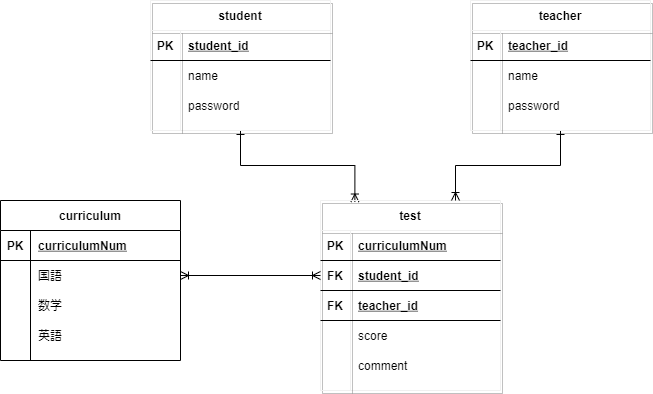
Before: index.drawio.png, a diagram exported from draw.io (hayashi-syake/20210512_hayashi). Source tidied: cells renumbered, new cells last; positions are measured from the earlier drawing's top-left corner, leaving out a move shared by most shapes.
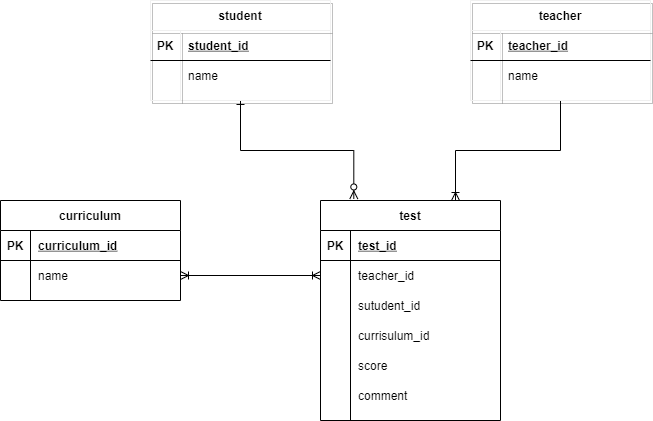
Later version of the same file.

What changed in the source:
```diff
@@ -17,11 +17,11 @@
         <mxPoint x="400" y="195" as="sourcePoint" />
       </mxGeometry>
     </mxCell>
-    <mxCell id="5" style="edgeStyle=orthogonalEdgeStyle;rounded=0;jettySize=auto;html=1;entryX=0.191;entryY=0.008;entryDx=0;entryDy=0;entryPerimeter=0;startArrow=ERone;startFill=0;endArrow=ERoneToMany;endFill=0;" parent="1" edge="1" source="6" target="29">
+    <mxCell id="5" style="edgeStyle=orthogonalEdgeStyle;rounded=0;jettySize=auto;html=1;entryX=0.185;entryY=-0.007;entryDx=0;entryDy=0;entryPerimeter=0;startArrow=ERone;startFill=0;endArrow=ERzeroToMany;endFill=1;" parent="1" edge="1" source="6" target="29">
       <mxGeometry relative="1" as="geometry" />
     </mxCell>
     <mxCell id="6" value="student" style="shape=table;startSize=30;rowLines=0;fontStyle=1;align=center;shadow=1;strokeColor=#f0f0f0;fillColor=none;" parent="1" vertex="1">
-      <mxGeometry x="150" width="180" height="130" as="geometry" />
+      <mxGeometry x="150" width="180" height="100" as="geometry" />
     </mxCell>
     <mxCell id="7" style="shape=partialRectangle;fillColor=none;top=0;left=0;bottom=1;right=0;" parent="6" vertex="1">
       <mxGeometry y="30" width="180" height="30" as="geometry" />
@@ -41,17 +41,8 @@
     <mxCell id="12" value="name" style="shape=partialRectangle;fillColor=none;top=0;left=0;bottom=0;right=0;align=left;spacingLeft=6;overflow=hidden;" parent="10" vertex="1">
       <mxGeometry x="30" width="150" height="30" as="geometry" />
     </mxCell>
-    <mxCell id="13" style="shape=partialRectangle;fillColor=none;top=0;left=0;bottom=0;right=0;" parent="6" vertex="1">
-      <mxGeometry y="90" width="180" height="30" as="geometry" />
-    </mxCell>
-    <mxCell id="14" style="shape=partialRectangle;fillColor=none;top=0;left=0;bottom=0;right=0;overflow=hidden;" parent="13" vertex="1">
-      <mxGeometry width="30" height="30" as="geometry" />
-    </mxCell>
-    <mxCell id="15" value="password" style="shape=partialRectangle;fillColor=none;top=0;left=0;bottom=0;right=0;align=left;spacingLeft=6;overflow=hidden;" parent="13" vertex="1">
-      <mxGeometry x="30" width="150" height="30" as="geometry" />
-    </mxCell>
     <mxCell id="16" value="curriculum" style="shape=table;startSize=30;rowLines=0;fontStyle=1;align=center;" parent="1" vertex="1">
-      <mxGeometry y="200" width="180" height="160" as="geometry" />
+      <mxGeometry y="200" width="180" height="100" as="geometry" />
     </mxCell>
     <mxCell id="17" style="shape=partialRectangle;fillColor=none;top=0;left=0;bottom=1;right=0;" parent="16" vertex="1">
       <mxGeometry y="30" width="180" height="30" as="geometry" />
@@ -59,7 +50,7 @@
     <mxCell id="18" value="PK" style="shape=partialRectangle;fillColor=none;top=0;left=0;bottom=0;right=0;fontStyle=1;overflow=hidden;" parent="17" vertex="1">
       <mxGeometry width="30" height="30" as="geometry" />
     </mxCell>
-    <mxCell id="19" value="curriculumNum" style="shape=partialRectangle;fillColor=none;top=0;left=0;bottom=0;right=0;align=left;spacingLeft=6;fontStyle=5;overflow=hidden;" parent="17" vertex="1">
+    <mxCell id="19" value="curriculum_id" style="shape=partialRectangle;fillColor=none;top=0;left=0;bottom=0;right=0;align=left;spacingLeft=6;fontStyle=5;overflow=hidden;" parent="17" vertex="1">
       <mxGeometry x="30" width="150" height="30" as="geometry" />
     </mxCell>
     <mxCell id="20" style="shape=partialRectangle;fillColor=none;top=0;left=0;bottom=0;right=0;points=[[0,0.5],[1,0.5]];portConstraint=eastwest;" parent="16" vertex="1">
@@ -68,80 +59,14 @@
     <mxCell id="21" style="shape=partialRectangle;fillColor=none;top=0;left=0;bottom=0;right=0;overflow=hidden;" parent="20" vertex="1">
       <mxGeometry width="30" height="30" as="geometry" />
     </mxCell>
-    <mxCell id="22" value="国語" style="shape=partialRectangle;fillColor=none;top=0;left=0;bottom=0;right=0;align=left;spacingLeft=6;overflow=hidden;" parent="20" vertex="1">
+    <mxCell id="22" value="name" style="shape=partialRectangle;fillColor=none;top=0;left=0;bottom=0;right=0;align=left;spacingLeft=6;overflow=hidden;" parent="20" vertex="1">
       <mxGeometry x="30" width="150" height="30" as="geometry" />
     </mxCell>
-    <mxCell id="23" style="shape=partialRectangle;fillColor=none;top=0;left=0;bottom=0;right=0;" parent="16" vertex="1">
-      <mxGeometry y="90" width="180" height="30" as="geometry" />
-    </mxCell>
-    <mxCell id="24" style="shape=partialRectangle;fillColor=none;top=0;left=0;bottom=0;right=0;overflow=hidden;" parent="23" vertex="1">
-      <mxGeometry width="30" height="30" as="geometry" />
-    </mxCell>
-    <mxCell id="25" value="数学" style="shape=partialRectangle;fillColor=none;top=0;left=0;bottom=0;right=0;align=left;spacingLeft=6;overflow=hidden;" parent="23" vertex="1">
-      <mxGeometry x="30" width="150" height="30" as="geometry" />
-    </mxCell>
-    <mxCell id="26" style="shape=partialRectangle;fillColor=none;top=0;left=0;bottom=0;right=0;" parent="16" vertex="1">
-      <mxGeometry y="120" width="180" height="30" as="geometry" />
-    </mxCell>
-    <mxCell id="27" style="shape=partialRectangle;fillColor=none;top=0;left=0;bottom=0;right=0;overflow=hidden;" parent="26" vertex="1">
-      <mxGeometry width="30" height="30" as="geometry" />
-    </mxCell>
-    <mxCell id="28" value="英語" style="shape=partialRectangle;fillColor=none;top=0;left=0;bottom=0;right=0;align=left;spacingLeft=6;overflow=hidden;" parent="26" vertex="1">
-      <mxGeometry x="30" width="150" height="30" as="geometry" />
-    </mxCell>
-    <mxCell id="29" value="test" style="shape=table;startSize=30;rowLines=0;fontStyle=1;align=center;shadow=1;strokeColor=#f0f0f0;fillColor=none;" parent="1" vertex="1">
-      <mxGeometry x="320" y="200" width="180" height="190" as="geometry" />
-    </mxCell>
-    <mxCell id="30" style="shape=partialRectangle;fillColor=none;top=0;left=0;bottom=1;right=0;" parent="29" vertex="1">
-      <mxGeometry y="30" width="180" height="30" as="geometry" />
-    </mxCell>
-    <mxCell id="31" value="PK" style="shape=partialRectangle;fillColor=none;top=0;left=0;bottom=0;right=0;fontStyle=1;overflow=hidden;" parent="30" vertex="1">
-      <mxGeometry width="30" height="30" as="geometry" />
-    </mxCell>
-    <mxCell id="32" value="curriculumNum" style="shape=partialRectangle;fillColor=none;top=0;left=0;bottom=0;right=0;align=left;spacingLeft=6;fontStyle=5;overflow=hidden;" parent="30" vertex="1">
-      <mxGeometry x="30" width="150" height="30" as="geometry" />
-    </mxCell>
-    <mxCell id="33" style="shape=partialRectangle;fillColor=none;top=0;left=0;bottom=1;right=0;points=[[0,0.5],[1,0.5]];portConstraint=eastwest;" parent="29" vertex="1">
-      <mxGeometry y="60" width="180" height="30" as="geometry" />
-    </mxCell>
-    <mxCell id="34" value="FK" style="shape=partialRectangle;fillColor=none;top=0;left=0;bottom=0;right=0;fontStyle=1;overflow=hidden;" parent="33" vertex="1">
-      <mxGeometry width="30" height="30" as="geometry" />
-    </mxCell>
-    <mxCell id="35" value="student_id" style="shape=partialRectangle;fillColor=none;top=0;left=0;bottom=0;right=0;align=left;spacingLeft=6;fontStyle=5;overflow=hidden;" parent="33" vertex="1">
-      <mxGeometry x="30" width="150" height="30" as="geometry" />
-    </mxCell>
-    <mxCell id="36" style="shape=partialRectangle;fillColor=none;top=0;left=0;bottom=1;right=0;" parent="29" vertex="1">
-      <mxGeometry y="90" width="180" height="30" as="geometry" />
-    </mxCell>
-    <mxCell id="37" value="FK" style="shape=partialRectangle;fillColor=none;top=0;left=0;bottom=0;right=0;fontStyle=1;overflow=hidden;" parent="36" vertex="1">
-      <mxGeometry width="30" height="30" as="geometry" />
-    </mxCell>
-    <mxCell id="38" value="teacher_id" style="shape=partialRectangle;fillColor=none;top=0;left=0;bottom=0;right=0;align=left;spacingLeft=6;fontStyle=5;overflow=hidden;" parent="36" vertex="1">
-      <mxGeometry x="30" width="150" height="30" as="geometry" />
-    </mxCell>
-    <mxCell id="39" style="shape=partialRectangle;fillColor=none;top=0;left=0;bottom=0;right=0;" parent="29" vertex="1">
-      <mxGeometry y="120" width="180" height="30" as="geometry" />
-    </mxCell>
-    <mxCell id="40" style="shape=partialRectangle;fillColor=none;top=0;left=0;bottom=0;right=0;overflow=hidden;" parent="39" vertex="1">
-      <mxGeometry width="30" height="30" as="geometry" />
-    </mxCell>
-    <mxCell id="41" value="score" style="shape=partialRectangle;fillColor=none;top=0;left=0;bottom=0;right=0;align=left;spacingLeft=6;overflow=hidden;" parent="39" vertex="1">
-      <mxGeometry x="30" width="150" height="30" as="geometry" />
-    </mxCell>
-    <mxCell id="42" style="shape=partialRectangle;fillColor=none;top=0;left=0;bottom=0;right=0;" parent="29" vertex="1">
-      <mxGeometry y="150" width="180" height="30" as="geometry" />
-    </mxCell>
-    <mxCell id="43" style="shape=partialRectangle;fillColor=none;top=0;left=0;bottom=0;right=0;overflow=hidden;" parent="42" vertex="1">
-      <mxGeometry width="30" height="30" as="geometry" />
-    </mxCell>
-    <mxCell id="44" value="comment" style="shape=partialRectangle;fillColor=none;top=0;left=0;bottom=0;right=0;align=left;spacingLeft=6;overflow=hidden;" parent="42" vertex="1">
-      <mxGeometry x="30" width="150" height="30" as="geometry" />
-    </mxCell>
-    <mxCell id="45" style="edgeStyle=orthogonalEdgeStyle;rounded=0;jettySize=auto;html=1;entryX=0.75;entryY=0;entryDx=0;entryDy=0;startArrow=ERone;startFill=0;endArrow=ERoneToMany;endFill=0;" parent="1" edge="1" source="46" target="29">
+    <mxCell id="45" style="edgeStyle=orthogonalEdgeStyle;rounded=0;jettySize=auto;html=1;entryX=0.75;entryY=0;entryDx=0;entryDy=0;endArrow=ERoneToMany;endFill=0;" parent="1" edge="1" source="46" target="29">
       <mxGeometry relative="1" as="geometry" />
     </mxCell>
     <mxCell id="46" value="teacher" style="shape=table;startSize=30;rowLines=0;fontStyle=1;align=center;shadow=1;strokeColor=#f0f0f0;fillColor=none;" parent="1" vertex="1">
-      <mxGeometry x="470" width="180" height="130" as="geometry" />
+      <mxGeometry x="470" width="180" height="100" as="geometry" />
     </mxCell>
     <mxCell id="47" style="shape=partialRectangle;fillColor=none;top=0;left=0;bottom=1;right=0;" parent="46" vertex="1">
       <mxGeometry y="30" width="180" height="30" as="geometry" />
@@ -161,17 +86,67 @@
     <mxCell id="52" value="name" style="shape=partialRectangle;fillColor=none;top=0;left=0;bottom=0;right=0;align=left;spacingLeft=6;overflow=hidden;" parent="50" vertex="1">
       <mxGeometry x="30" width="150" height="30" as="geometry" />
     </mxCell>
-    <mxCell id="53" style="shape=partialRectangle;fillColor=none;top=0;left=0;bottom=0;right=0;" parent="46" vertex="1">
-      <mxGeometry y="90" width="180" height="30" as="geometry" />
-    </mxCell>
-    <mxCell id="54" style="shape=partialRectangle;fillColor=none;top=0;left=0;bottom=0;right=0;overflow=hidden;" parent="53" vertex="1">
-      <mxGeometry width="30" height="30" as="geometry" />
-    </mxCell>
-    <mxCell id="55" value="password" style="shape=partialRectangle;fillColor=none;top=0;left=0;bottom=0;right=0;align=left;spacingLeft=6;overflow=hidden;" parent="53" vertex="1">
-      <mxGeometry x="30" width="150" height="30" as="geometry" />
-    </mxCell>
-    <mxCell id="56" style="edgeStyle=orthogonalEdgeStyle;rounded=0;jettySize=auto;html=1;entryX=0;entryY=0.5;entryDx=0;entryDy=0;startArrow=ERoneToMany;startFill=0;endArrow=ERoneToMany;endFill=0;" parent="1" edge="1" source="20" target="33">
-      <mxGeometry relative="1" as="geometry" />
+    <mxCell id="56" style="edgeStyle=orthogonalEdgeStyle;rounded=0;jettySize=auto;html=1;entryX=0;entryY=0.5;entryDx=0;entryDy=0;startArrow=ERoneToMany;startFill=0;endArrow=ERoneToMany;endFill=0;" parent="1" edge="1" source="20">
+      <mxGeometry relative="1" as="geometry">
+        <mxPoint x="320" y="275" as="targetPoint" />
+      </mxGeometry>
     </mxCell>
+    <mxCell id="29" value="test" style="shape=table;startSize=30;rowLines=0;fontStyle=1;align=center;" parent="1" vertex="1">
+      <mxGeometry x="320" y="200" width="180" height="220" as="geometry" />
+    </mxCell>
+    <mxCell id="30" style="shape=partialRectangle;fillColor=none;top=0;left=0;bottom=1;right=0;" parent="29" vertex="1">
+      <mxGeometry y="30" width="180" height="30" as="geometry" />
+    </mxCell>
+    <mxCell id="31" value="PK" style="shape=partialRectangle;fillColor=none;top=0;left=0;bottom=0;right=0;fontStyle=1;overflow=hidden;" parent="30" vertex="1">
+      <mxGeometry width="30" height="30" as="geometry" />
+    </mxCell>
+    <mxCell id="57" value="test_id" style="shape=partialRectangle;fillColor=none;top=0;left=0;bottom=0;right=0;align=left;spacingLeft=6;fontStyle=5;overflow=hidden;" parent="30" vertex="1">
+      <mxGeometry x="30" width="150" height="30" as="geometry" />
+    </mxCell>
+    <mxCell id="58" style="shape=partialRectangle;fillColor=none;top=0;left=0;bottom=0;right=0;" parent="29" vertex="1">
+      <mxGeometry y="60" width="180" height="30" as="geometry" />
+    </mxCell>
+    <mxCell id="59" style="shape=partialRectangle;fillColor=none;top=0;left=0;bottom=0;right=0;overflow=hidden;" parent="58" vertex="1">
+      <mxGeometry width="30" height="30" as="geometry" />
+    </mxCell>
+    <mxCell id="38" value="teacher_id" style="shape=partialRectangle;fillColor=none;top=0;left=0;bottom=0;right=0;align=left;spacingLeft=6;overflow=hidden;" parent="58" vertex="1">
+      <mxGeometry x="30" width="150" height="30" as="geometry" />
+    </mxCell>
+    <mxCell id="60" style="shape=partialRectangle;fillColor=none;top=0;left=0;bottom=0;right=0;" parent="29" vertex="1">
+      <mxGeometry y="90" width="180" height="30" as="geometry" />
+    </mxCell>
+    <mxCell id="61" style="shape=partialRectangle;fillColor=none;top=0;left=0;bottom=0;right=0;overflow=hidden;" parent="60" vertex="1">
+      <mxGeometry width="30" height="30" as="geometry" />
+    </mxCell>
+    <mxCell id="62" value="sutudent_id" style="shape=partialRectangle;fillColor=none;top=0;left=0;bottom=0;right=0;align=left;spacingLeft=6;overflow=hidden;" parent="60" vertex="1">
+      <mxGeometry x="30" width="150" height="30" as="geometry" />
+    </mxCell>
+    <mxCell id="63" style="shape=partialRectangle;fillColor=none;top=0;left=0;bottom=0;right=0;" parent="29" vertex="1">
+      <mxGeometry y="120" width="180" height="30" as="geometry" />
+    </mxCell>
+    <mxCell id="64" style="shape=partialRectangle;fillColor=none;top=0;left=0;bottom=0;right=0;overflow=hidden;" parent="63" vertex="1">
+      <mxGeometry width="30" height="30" as="geometry" />
+    </mxCell>
+    <mxCell id="65" value="currisulum_id" style="shape=partialRectangle;fillColor=none;top=0;left=0;bottom=0;right=0;align=left;spacingLeft=6;overflow=hidden;" parent="63" vertex="1">
+      <mxGeometry x="30" width="150" height="30" as="geometry" />
+    </mxCell>
+    <mxCell id="42" style="shape=partialRectangle;fillColor=none;top=0;left=0;bottom=0;right=0;" parent="29" vertex="1">
+      <mxGeometry y="150" width="180" height="30" as="geometry" />
+    </mxCell>
+    <mxCell id="66" style="shape=partialRectangle;fillColor=none;top=0;left=0;bottom=0;right=0;overflow=hidden;" parent="42" vertex="1">
+      <mxGeometry width="30" height="30" as="geometry" />
+    </mxCell>
+    <mxCell id="41" value="score" style="shape=partialRectangle;fillColor=none;top=0;left=0;bottom=0;right=0;align=left;spacingLeft=6;overflow=hidden;" parent="42" vertex="1">
+      <mxGeometry x="30" width="150" height="30" as="geometry" />
+    </mxCell>
+    <mxCell id="67" style="shape=partialRectangle;fillColor=none;top=0;left=0;bottom=0;right=0;" parent="29" vertex="1">
+      <mxGeometry y="180" width="180" height="30" as="geometry" />
+    </mxCell>
+    <mxCell id="68" style="shape=partialRectangle;fillColor=none;top=0;left=0;bottom=0;right=0;overflow=hidden;" parent="67" vertex="1">
+      <mxGeometry width="30" height="30" as="geometry" />
+    </mxCell>
+    <mxCell id="44" value="comment" style="shape=partialRectangle;fillColor=none;top=0;left=0;bottom=0;right=0;align=left;spacingLeft=6;overflow=hidden;" parent="67" vertex="1">
+      <mxGeometry x="30" width="150" height="30" as="geometry" />
+    </mxCell>
   </root>
 </mxGraphModel>
```
